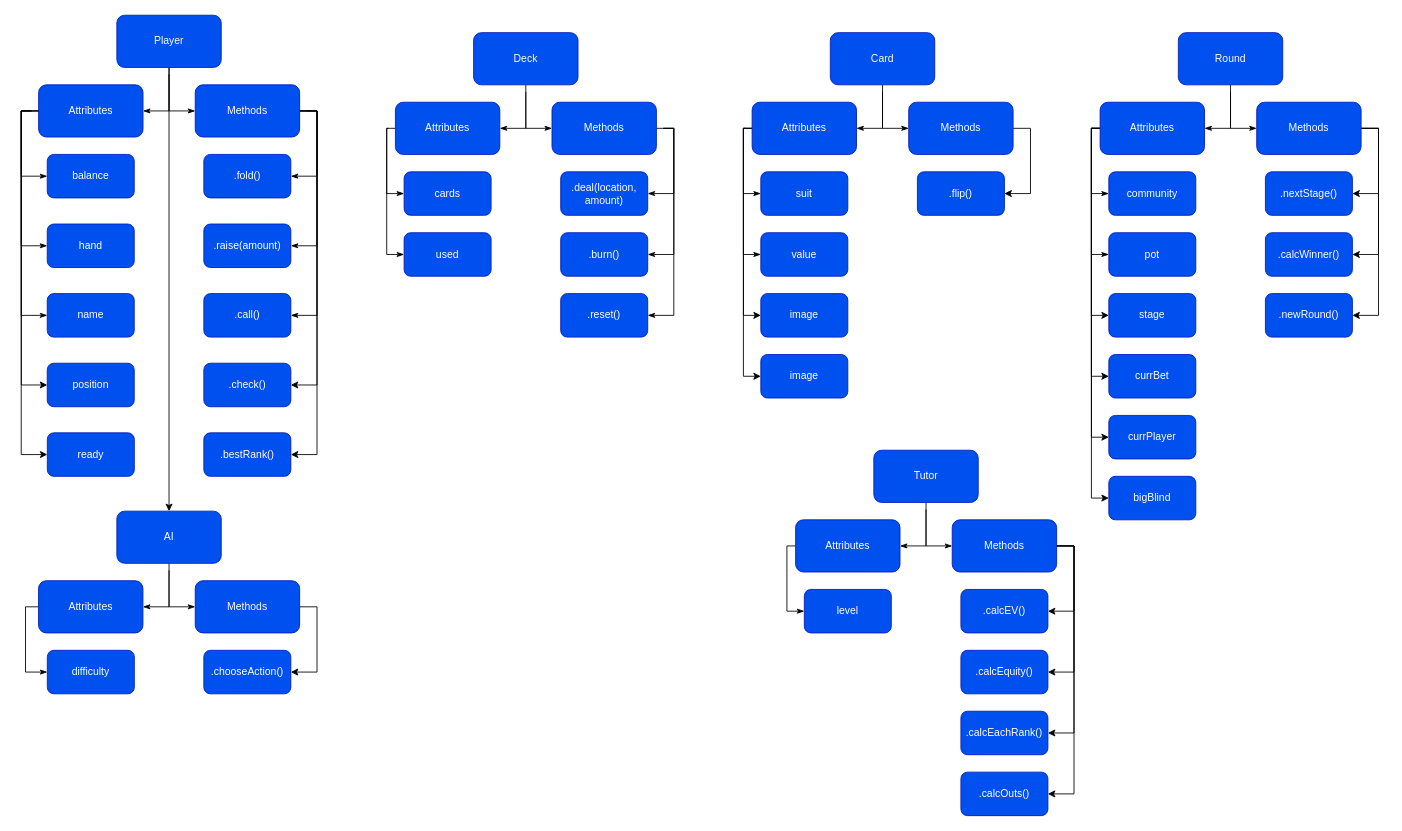
avishnoi12/A-Level-Project keeps this draw.io diagram as Project/Classes.drawio. Above is the earlier version. Source tidied: cells renumbered, new cells numbered last; positions are measured from the earlier drawing's top-left corner, leaving out a move shared by most shapes. Both pictures are drawn from the tidied source at 87%, with x=0, y=0 at pixel (21, 15).
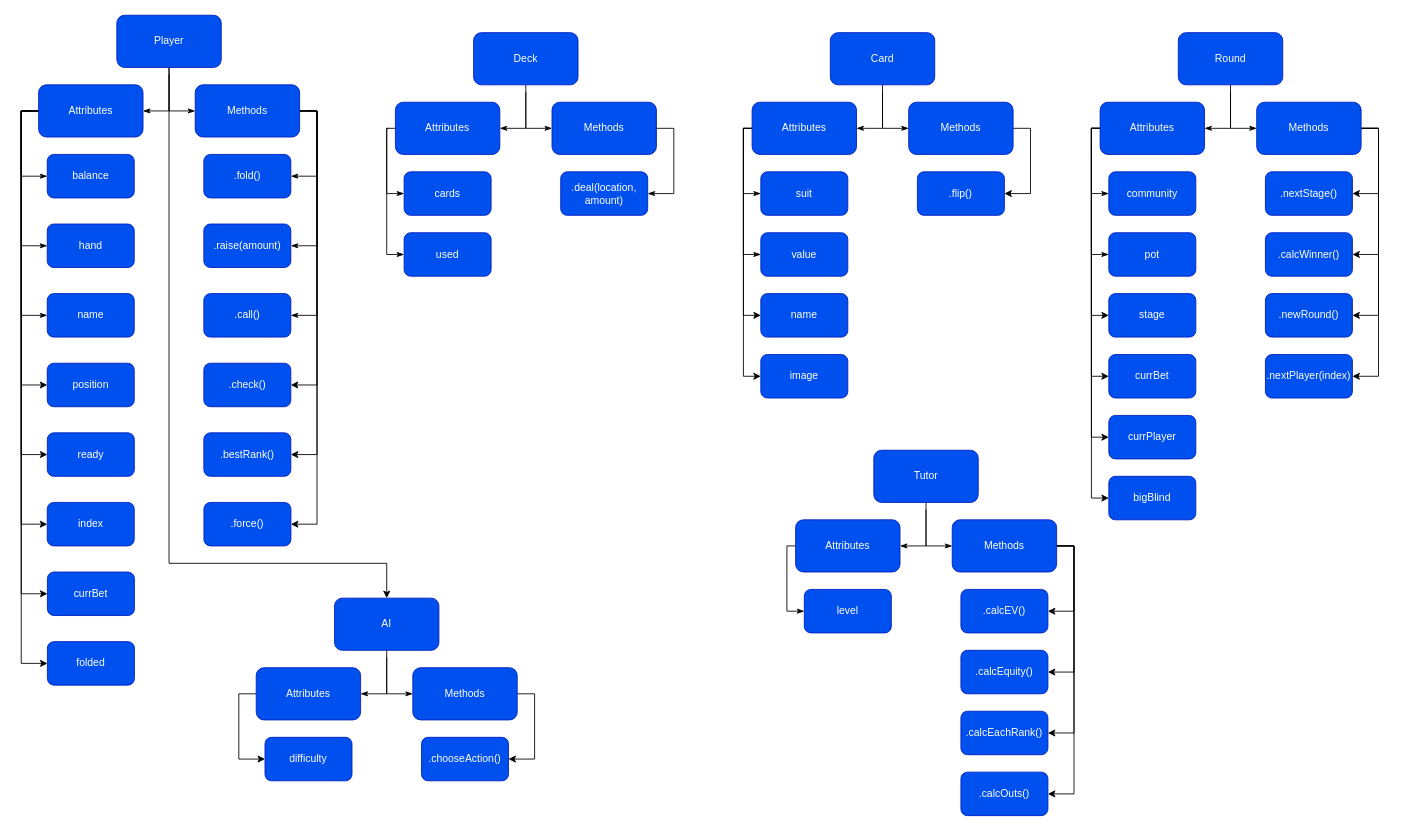
The same diagram, later.

The change refers to these unchanged cells:
```xml
<mxCell id="5" value="Player" style="rounded=1;whiteSpace=wrap;html=1;hachureGap=4;fillColor=#0050ef;strokeColor=#001DBC;fontColor=#ffffff;" parent="1" vertex="1">
  <mxGeometry x="109.8" width="120" height="60" as="geometry" />
</mxCell>
<mxCell id="10" value="Attributes" style="rounded=1;whiteSpace=wrap;html=1;hachureGap=4;fillColor=#0050ef;strokeColor=#001DBC;fontColor=#ffffff;" parent="1" vertex="1">
  <mxGeometry x="19.9" y="80" width="120" height="60" as="geometry" />
</mxCell>
<mxCell id="16" value="Methods" style="rounded=1;whiteSpace=wrap;html=1;hachureGap=4;fillColor=#0050ef;strokeColor=#001DBC;fontColor=#ffffff;" parent="1" vertex="1">
  <mxGeometry x="199.9" y="80" width="120" height="60" as="geometry" />
</mxCell>
<mxCell id="33" value="Methods" style="rounded=1;whiteSpace=wrap;html=1;hachureGap=4;fillColor=#0050ef;strokeColor=#001DBC;fontColor=#ffffff;" parent="1" vertex="1">
  <mxGeometry x="610" y="100" width="120" height="60" as="geometry" />
</mxCell>
<mxCell id="66" value="Methods" style="rounded=1;whiteSpace=wrap;html=1;hachureGap=4;fillColor=#0050ef;strokeColor=#001DBC;fontColor=#ffffff;" parent="1" vertex="1">
  <mxGeometry x="1420" y="100" width="120" height="60" as="geometry" />
</mxCell>
```

The edit, as a diff of the source:
```diff
@@
     <mxCell id="4" style="edgeStyle=orthogonalEdgeStyle;rounded=0;jettySize=auto;html=1;exitX=0.5;exitY=1;exitDx=0;exitDy=0;entryX=0.5;entryY=0;entryDx=0;entryDy=0;" parent="1" edge="1" source="5" target="86">
-      <mxGeometry relative="1" as="geometry" />
+      <mxGeometry relative="1" as="geometry">
+        <Array as="points">
+          <mxPoint x="170" y="630" />
+          <mxPoint x="420" y="630" />
+        </Array>
+      </mxGeometry>
     </mxCell>
@@
+    <mxCell id="105" style="edgeStyle=orthogonalEdgeStyle;rounded=0;jettySize=auto;html=1;exitX=0;exitY=0.5;exitDx=0;exitDy=0;entryX=0;entryY=0.5;entryDx=0;entryDy=0;" parent="1" edge="1" source="10" target="110">
+      <mxGeometry relative="1" as="geometry" />
+    </mxCell>
+    <mxCell id="106" style="edgeStyle=orthogonalEdgeStyle;rounded=0;jettySize=auto;html=1;exitX=0;exitY=0.5;exitDx=0;exitDy=0;entryX=0;entryY=0.5;entryDx=0;entryDy=0;" parent="1" edge="1" source="10" target="111">
+      <mxGeometry relative="1" as="geometry" />
+    </mxCell>
+    <mxCell id="107" style="edgeStyle=orthogonalEdgeStyle;rounded=0;jettySize=auto;html=1;exitX=0;exitY=0.5;exitDx=0;exitDy=0;entryX=0;entryY=0.5;entryDx=0;entryDy=0;" parent="1" edge="1" source="10" target="112">
+      <mxGeometry relative="1" as="geometry" />
+    </mxCell>
@@
+    <mxCell id="108" style="edgeStyle=orthogonalEdgeStyle;rounded=0;jettySize=auto;html=1;exitX=1;exitY=0.5;exitDx=0;exitDy=0;entryX=1;entryY=0.5;entryDx=0;entryDy=0;" parent="1" edge="1" source="16" target="114">
+      <mxGeometry relative="1" as="geometry" />
+    </mxCell>
@@
-    <mxCell id="31" style="edgeStyle=orthogonalEdgeStyle;rounded=0;jettySize=auto;html=1;entryX=1;entryY=0.5;entryDx=0;entryDy=0;endArrow=classicThin;endFill=1;sourcePerimeterSpacing=8;targetPerimeterSpacing=8;" parent="1" edge="1" source="33" target="36">
-      <mxGeometry relative="1" as="geometry">
-        <Array as="points">
-          <mxPoint x="750" y="130" />
-          <mxPoint x="750" y="275" />
-        </Array>
-      </mxGeometry>
-    </mxCell>
-    <mxCell id="32" style="edgeStyle=orthogonalEdgeStyle;rounded=0;jettySize=auto;html=1;entryX=1;entryY=0.5;entryDx=0;entryDy=0;endArrow=classicThin;endFill=1;sourcePerimeterSpacing=8;targetPerimeterSpacing=8;" parent="1" edge="1" source="33" target="37">
-      <mxGeometry relative="1" as="geometry">
-        <Array as="points">
-          <mxPoint x="750" y="130" />
-          <mxPoint x="750" y="345" />
-        </Array>
-      </mxGeometry>
-    </mxCell>
@@
-    <mxCell id="36" value=".burn()" style="rounded=1;whiteSpace=wrap;html=1;hachureGap=4;fillColor=#0050ef;strokeColor=#001DBC;fontColor=#ffffff;" parent="1" vertex="1">
-      <mxGeometry x="620" y="250" width="100" height="50" as="geometry" />
-    </mxCell>
-    <mxCell id="37" value=".reset()" style="rounded=1;whiteSpace=wrap;html=1;hachureGap=4;fillColor=#0050ef;strokeColor=#001DBC;fontColor=#ffffff;" parent="1" vertex="1">
-      <mxGeometry x="620" y="320" width="100" height="50" as="geometry" />
-    </mxCell>
@@
-    <mxCell id="52" value="image" style="rounded=1;whiteSpace=wrap;html=1;hachureGap=4;fillColor=#0050ef;strokeColor=#001DBC;fontColor=#ffffff;" parent="1" vertex="1">
+    <mxCell id="52" value="name" style="rounded=1;whiteSpace=wrap;html=1;hachureGap=4;fillColor=#0050ef;strokeColor=#001DBC;fontColor=#ffffff;" parent="1" vertex="1">
       <mxGeometry x="850" y="320" width="100" height="50" as="geometry" />
     </mxCell>
@@
+    <mxCell id="109" style="edgeStyle=orthogonalEdgeStyle;rounded=0;jettySize=auto;html=1;exitX=1;exitY=0.5;exitDx=0;exitDy=0;entryX=1;entryY=0.5;entryDx=0;entryDy=0;" parent="1" edge="1" source="66" target="113">
+      <mxGeometry relative="1" as="geometry" />
+    </mxCell>
@@
     <mxCell id="86" value="AI" style="rounded=1;whiteSpace=wrap;html=1;hachureGap=4;fillColor=#0050ef;strokeColor=#001DBC;fontColor=#ffffff;" parent="1" vertex="1">
-      <mxGeometry x="109.8" y="570" width="120" height="60" as="geometry" />
+      <mxGeometry x="360" y="670" width="120" height="60" as="geometry" />
     </mxCell>
-    <mxCell id="87" style="edgeStyle=orthogonalEdgeStyle;rounded=0;jettySize=auto;html=1;entryX=0;entryY=0.5;entryDx=0;entryDy=0;endArrow=classicThin;endFill=1;sourcePerimeterSpacing=8;targetPerimeterSpacing=8;exitX=0;exitY=0.5;exitDx=0;exitDy=0;" parent="1" edge="1" source="88" target="91">
-      <mxGeometry relative="1" as="geometry">
-        <Array as="points">
-          <mxPoint x="4.8" y="680" />
-          <mxPoint x="4.8" y="755" />
-        </Array>
-      </mxGeometry>
+    <mxCell id="87" style="edgeStyle=orthogonalEdgeStyle;rounded=0;jettySize=auto;html=1;exitX=0;exitY=0.5;exitDx=0;exitDy=0;entryX=0;entryY=0.5;entryDx=0;entryDy=0;" parent="1" edge="1" source="88" target="91">
+      <mxGeometry relative="1" as="geometry" />
     </mxCell>
     <mxCell id="88" value="Attributes" style="rounded=1;whiteSpace=wrap;html=1;hachureGap=4;fillColor=#0050ef;strokeColor=#001DBC;fontColor=#ffffff;" parent="1" vertex="1">
-      <mxGeometry x="19.8" y="650" width="120" height="60" as="geometry" />
+      <mxGeometry x="270" y="750" width="120" height="60" as="geometry" />
     </mxCell>
@@
     <mxCell id="90" value="Methods" style="rounded=1;whiteSpace=wrap;html=1;hachureGap=4;fillColor=#0050ef;strokeColor=#001DBC;fontColor=#ffffff;" parent="1" vertex="1">
-      <mxGeometry x="199.9" y="650" width="120" height="60" as="geometry" />
+      <mxGeometry x="450" y="750" width="120" height="60" as="geometry" />
     </mxCell>
     <mxCell id="91" value="difficulty" style="rounded=1;whiteSpace=wrap;html=1;hachureGap=4;fillColor=#0050ef;strokeColor=#001DBC;fontColor=#ffffff;" parent="1" vertex="1">
-      <mxGeometry x="29.9" y="730" width="100" height="50" as="geometry" />
+      <mxGeometry x="280.1" y="830" width="100" height="50" as="geometry" />
     </mxCell>
     <mxCell id="92" value=".chooseAction()" style="rounded=1;whiteSpace=wrap;html=1;hachureGap=4;fillColor=#0050ef;strokeColor=#001DBC;fontColor=#ffffff;" parent="1" vertex="1">
-      <mxGeometry x="209.8" y="730" width="100" height="50" as="geometry" />
+      <mxGeometry x="460" y="830" width="100" height="50" as="geometry" />
     </mxCell>
@@
+    <mxCell id="110" value="index" style="rounded=1;whiteSpace=wrap;html=1;hachureGap=4;fillColor=#0050ef;strokeColor=#001DBC;fontColor=#ffffff;" parent="1" vertex="1">
+      <mxGeometry x="29.8" y="560" width="100" height="50" as="geometry" />
+    </mxCell>
+    <mxCell id="111" value="currBet" style="rounded=1;whiteSpace=wrap;html=1;hachureGap=4;fillColor=#0050ef;strokeColor=#001DBC;fontColor=#ffffff;" parent="1" vertex="1">
+      <mxGeometry x="30" y="640" width="100" height="50" as="geometry" />
+    </mxCell>
+    <mxCell id="112" value="folded" style="rounded=1;whiteSpace=wrap;html=1;hachureGap=4;fillColor=#0050ef;strokeColor=#001DBC;fontColor=#ffffff;" parent="1" vertex="1">
+      <mxGeometry x="30" y="720" width="100" height="50" as="geometry" />
+    </mxCell>
+    <mxCell id="113" value=".nextPlayer(index)" style="rounded=1;whiteSpace=wrap;html=1;hachureGap=4;fillColor=#0050ef;strokeColor=#001DBC;fontColor=#ffffff;" parent="1" vertex="1">
+      <mxGeometry x="1430" y="390" width="100" height="50" as="geometry" />
+    </mxCell>
+    <mxCell id="114" value=".force()" style="rounded=1;whiteSpace=wrap;html=1;hachureGap=4;fillColor=#0050ef;strokeColor=#001DBC;fontColor=#ffffff;" parent="1" vertex="1">
+      <mxGeometry x="209.9" y="560" width="100" height="50" as="geometry" />
+    </mxCell>
```
